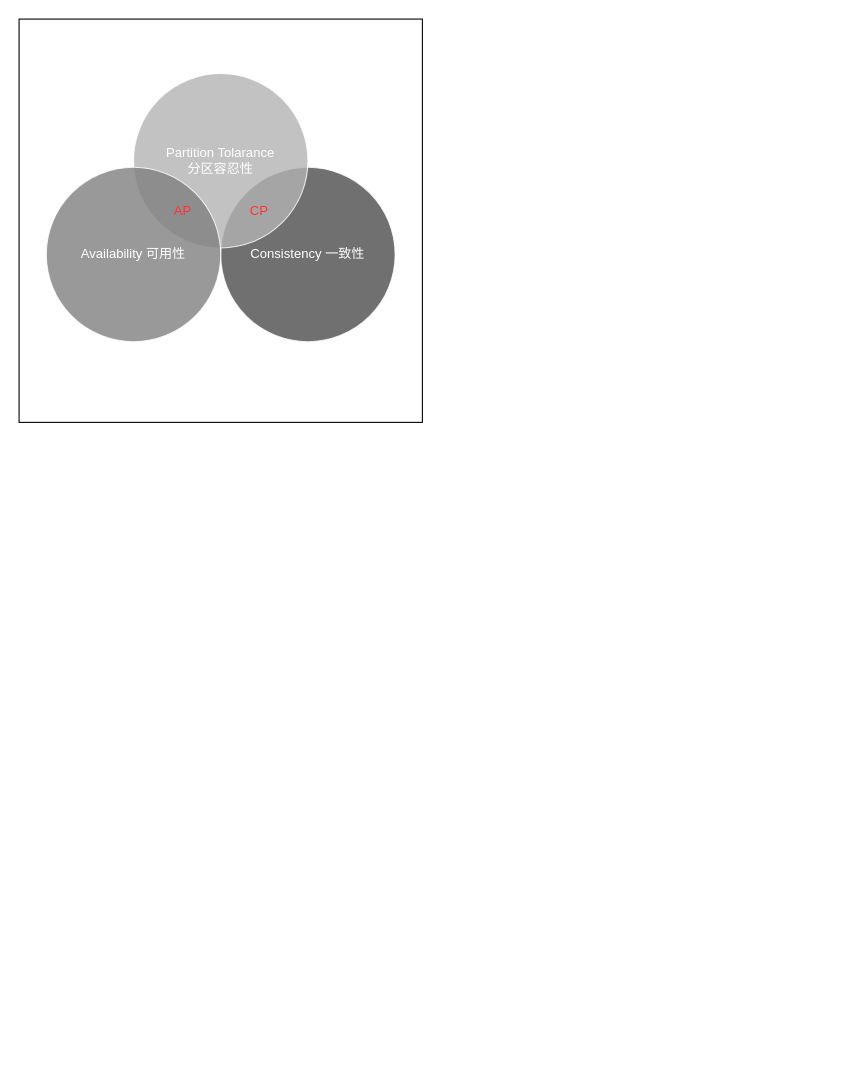
This is source/_posts/draw/cap.drawio from yutanzhang/blog, a draw.io file, before an edit. Source tidied: cells renumbered, new cells numbered last; positions are measured from the earlier drawing's top-left corner, leaving out a move shared by most shapes. Both pictures are drawn from the tidied source at 109%, with x=0, y=0 at pixel (19, 19).
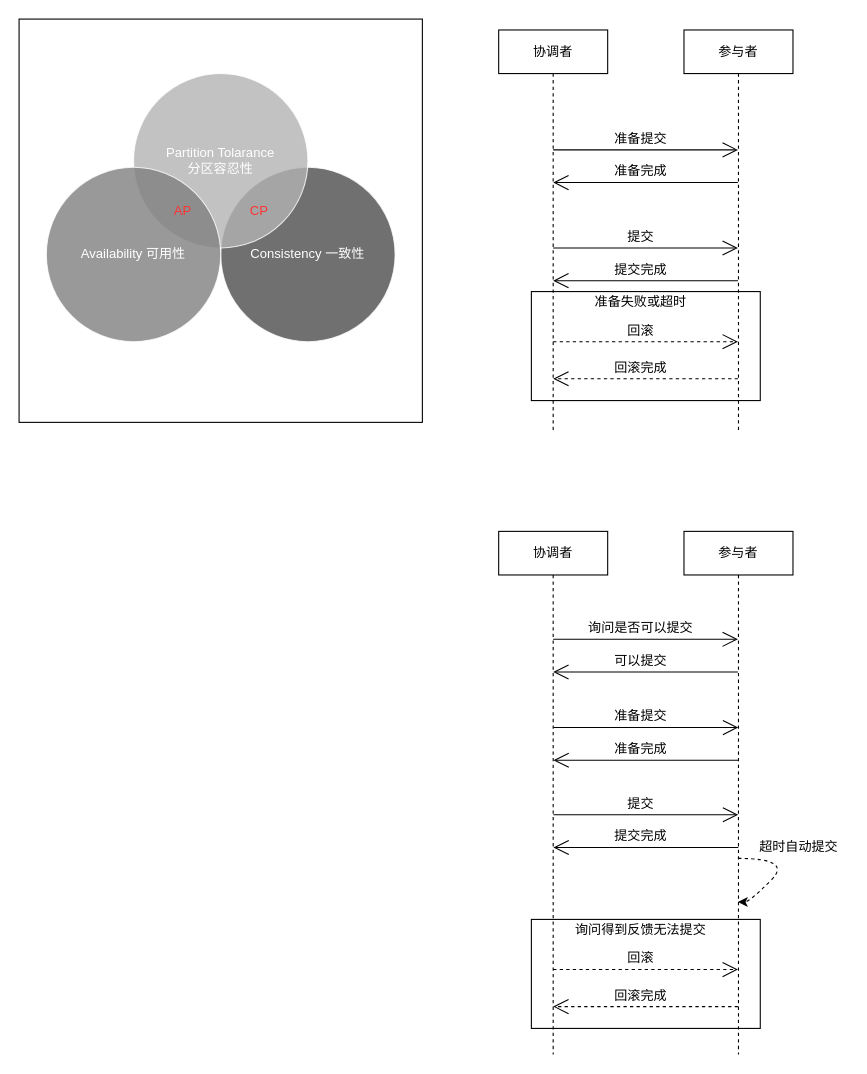
After the change.

Diff of the diagram source:
```diff
@@
+    <mxCell id="8" style="rounded=0;whiteSpace=wrap;html=1;fontColor=#000000;strokeColor=#000000;fillColor=#FFFFFF;" parent="1" vertex="1">
+      <mxGeometry x="470" y="826" width="210" height="100" as="geometry" />
+    </mxCell>
+    <mxCell id="9" style="rounded=0;whiteSpace=wrap;html=1;fontColor=#000000;strokeColor=#000000;fillColor=#FFFFFF;" parent="1" vertex="1">
+      <mxGeometry x="470" y="250" width="210" height="100" as="geometry" />
+    </mxCell>
@@
+    <mxCell id="10" value="协调者" style="shape=umlLifeline;perimeter=lifelinePerimeter;whiteSpace=wrap;html=1;fillColor=#FFFFFF;strokeColor=#000000;fontColor=#000000;" parent="1" vertex="1">
+      <mxGeometry x="440" y="10" width="100" height="370" as="geometry" />
+    </mxCell>
+    <mxCell id="11" value="参与者" style="shape=umlLifeline;perimeter=lifelinePerimeter;whiteSpace=wrap;html=1;fillColor=#FFFFFF;strokeColor=#000000;fontColor=#000000;" parent="1" vertex="1">
+      <mxGeometry x="610" y="10" width="100" height="370" as="geometry" />
+    </mxCell>
+    <mxCell id="12" style="endArrow=open;endFill=1;endSize=12;html=1;fontColor=#000000;strokeColor=#000000;" parent="11" edge="1">
+      <mxGeometry relative="1" as="geometry">
+        <mxPoint x="49.5" y="140" as="sourcePoint" />
+        <mxPoint x="-120" y="140" as="targetPoint" />
+      </mxGeometry>
+    </mxCell>
+    <mxCell id="13" style="endArrow=open;endFill=1;endSize=12;html=1;fontColor=#000000;strokeColor=#000000;dashed=1;" parent="11" edge="1">
+      <mxGeometry relative="1" as="geometry">
+        <mxPoint x="-120" y="286" as="sourcePoint" />
+        <mxPoint x="49.5" y="286" as="targetPoint" />
+      </mxGeometry>
+    </mxCell>
+    <mxCell id="14" style="endArrow=open;endFill=1;endSize=12;html=1;fontColor=#000000;strokeColor=#000000;dashed=1;" parent="11" edge="1">
+      <mxGeometry relative="1" as="geometry">
+        <mxPoint x="49.5" y="320" as="sourcePoint" />
+        <mxPoint x="-120" y="320" as="targetPoint" />
+      </mxGeometry>
+    </mxCell>
+    <mxCell id="15" style="endArrow=open;endFill=1;endSize=12;html=1;fontColor=#000000;strokeColor=#000000;" parent="1" edge="1">
+      <mxGeometry relative="1" as="geometry">
+        <mxPoint x="659.5" y="240" as="sourcePoint" />
+        <mxPoint x="490" y="240" as="targetPoint" />
+      </mxGeometry>
+    </mxCell>
+    <mxCell id="16" style="endArrow=open;endFill=1;endSize=12;html=1;fontColor=#000000;strokeColor=#000000;" parent="1" edge="1">
+      <mxGeometry relative="1" as="geometry">
+        <mxPoint x="490" y="210" as="sourcePoint" />
+        <mxPoint x="659.5" y="210" as="targetPoint" />
+      </mxGeometry>
+    </mxCell>
+    <mxCell id="17" style="endArrow=open;endFill=1;endSize=12;html=1;fontColor=#000000;strokeColor=#000000;" parent="1" edge="1">
+      <mxGeometry relative="1" as="geometry">
+        <mxPoint x="490" y="120" as="sourcePoint" />
+        <mxPoint x="659.5" y="120" as="targetPoint" />
+      </mxGeometry>
+    </mxCell>
+    <mxCell id="18" value="准备提交" style="text;html=1;align=center;verticalAlign=middle;fillColor=none;strokeColor=none;rounded=0;fontColor=#000000;" parent="1" vertex="1">
+      <mxGeometry x="540" y="100" width="60" height="20" as="geometry" />
+    </mxCell>
+    <mxCell id="19" value="准备完成" style="text;html=1;align=center;verticalAlign=middle;fillColor=none;strokeColor=none;rounded=0;fontColor=#000000;" parent="1" vertex="1">
+      <mxGeometry x="540" y="130" width="60" height="20" as="geometry" />
+    </mxCell>
+    <mxCell id="20" value="提交" style="text;html=1;align=center;verticalAlign=middle;fillColor=none;strokeColor=none;rounded=0;fontColor=#000000;" parent="1" vertex="1">
+      <mxGeometry x="550" y="190" width="40" height="20" as="geometry" />
+    </mxCell>
+    <mxCell id="21" value="提交完成" style="text;html=1;align=center;verticalAlign=middle;fillColor=none;strokeColor=none;rounded=0;fontColor=#000000;" parent="1" vertex="1">
+      <mxGeometry x="540" y="220" width="60" height="20" as="geometry" />
+    </mxCell>
+    <mxCell id="22" value="回滚" style="text;html=1;align=center;verticalAlign=middle;fillColor=none;strokeColor=none;rounded=0;fontColor=#000000;" parent="1" vertex="1">
+      <mxGeometry x="550" y="276" width="40" height="20" as="geometry" />
+    </mxCell>
+    <mxCell id="23" value="回滚完成" style="text;html=1;align=center;verticalAlign=middle;fillColor=none;strokeColor=none;rounded=0;fontColor=#000000;" parent="1" vertex="1">
+      <mxGeometry x="540" y="310" width="60" height="20" as="geometry" />
+    </mxCell>
+    <mxCell id="24" value="准备失败或超时" style="text;html=1;align=center;verticalAlign=middle;fillColor=none;strokeColor=none;rounded=0;fontColor=#000000;" parent="1" vertex="1">
+      <mxGeometry x="520" y="250" width="100" height="20" as="geometry" />
+    </mxCell>
+    <mxCell id="25" style="endArrow=open;endFill=1;endSize=12;html=1;fontColor=#000000;strokeColor=#000000;" parent="1" edge="1">
+      <mxGeometry relative="1" as="geometry">
+        <mxPoint x="659.8" y="760" as="sourcePoint" />
+        <mxPoint x="490.2" y="760" as="targetPoint" />
+      </mxGeometry>
+    </mxCell>
+    <mxCell id="26" style="endArrow=open;endFill=1;endSize=12;html=1;fontColor=#000000;strokeColor=#000000;" parent="1" edge="1">
+      <mxGeometry relative="1" as="geometry">
+        <mxPoint x="490.2" y="730" as="sourcePoint" />
+        <mxPoint x="659.8" y="730" as="targetPoint" />
+      </mxGeometry>
+    </mxCell>
+    <mxCell id="27" style="endArrow=open;endFill=1;endSize=12;html=1;fontColor=#000000;strokeColor=#000000;" parent="1" edge="1">
+      <mxGeometry relative="1" as="geometry">
+        <mxPoint x="490.2" y="650" as="sourcePoint" />
+        <mxPoint x="659.8" y="650" as="targetPoint" />
+      </mxGeometry>
+    </mxCell>
+    <mxCell id="28" value="准备提交" style="text;html=1;align=center;verticalAlign=middle;fillColor=none;strokeColor=none;rounded=0;fontColor=#000000;" parent="1" vertex="1">
+      <mxGeometry x="540.2" y="630" width="60" height="20" as="geometry" />
+    </mxCell>
+    <mxCell id="29" value="准备完成" style="text;html=1;align=center;verticalAlign=middle;fillColor=none;strokeColor=none;rounded=0;fontColor=#000000;" parent="1" vertex="1">
+      <mxGeometry x="540.2" y="660" width="60" height="20" as="geometry" />
+    </mxCell>
+    <mxCell id="30" value="提交" style="text;html=1;align=center;verticalAlign=middle;fillColor=none;strokeColor=none;rounded=0;fontColor=#000000;" parent="1" vertex="1">
+      <mxGeometry x="550.2" y="710" width="40" height="20" as="geometry" />
+    </mxCell>
+    <mxCell id="31" value="提交完成" style="text;html=1;align=center;verticalAlign=middle;fillColor=none;strokeColor=none;rounded=0;fontColor=#000000;" parent="1" vertex="1">
+      <mxGeometry x="540.2" y="740" width="60" height="20" as="geometry" />
+    </mxCell>
+    <mxCell id="32" value="协调者" style="shape=umlLifeline;perimeter=lifelinePerimeter;whiteSpace=wrap;html=1;fillColor=#FFFFFF;strokeColor=#000000;fontColor=#000000;" parent="1" vertex="1">
+      <mxGeometry x="440" y="470" width="100" height="480" as="geometry" />
+    </mxCell>
+    <mxCell id="33" value="参与者" style="shape=umlLifeline;perimeter=lifelinePerimeter;whiteSpace=wrap;html=1;outlineConnect=0;fillColor=#FFFFFF;strokeColor=#000000;fontColor=#000000;" parent="1" vertex="1">
+      <mxGeometry x="610" y="470" width="100" height="480" as="geometry" />
+    </mxCell>
+    <mxCell id="34" style="endArrow=open;endFill=1;endSize=12;html=1;fontColor=#000000;strokeColor=#000000;" parent="33" edge="1">
+      <mxGeometry relative="1" as="geometry">
+        <mxPoint x="49.8" y="210" as="sourcePoint" />
+        <mxPoint x="-119.8" y="210" as="targetPoint" />
+      </mxGeometry>
+    </mxCell>
+    <mxCell id="35" style="endArrow=open;endFill=1;endSize=12;html=1;fontColor=#000000;strokeColor=#000000;dashed=1;" parent="33" edge="1">
+      <mxGeometry relative="1" as="geometry">
+        <mxPoint x="-120" y="402" as="sourcePoint" />
+        <mxPoint x="49.5" y="402" as="targetPoint" />
+      </mxGeometry>
+    </mxCell>
+    <mxCell id="36" style="endArrow=open;endFill=1;endSize=12;html=1;fontColor=#000000;strokeColor=#000000;dashed=1;" parent="33" edge="1">
+      <mxGeometry relative="1" as="geometry">
+        <mxPoint x="49.5" y="436" as="sourcePoint" />
+        <mxPoint x="-120" y="436" as="targetPoint" />
+      </mxGeometry>
+    </mxCell>
+    <mxCell id="37" value="回滚" style="text;html=1;align=center;verticalAlign=middle;fillColor=none;strokeColor=none;rounded=0;fontColor=#000000;" parent="33" vertex="1">
+      <mxGeometry x="-60" y="382" width="40" height="20" as="geometry" />
+    </mxCell>
+    <mxCell id="38" value="回滚完成" style="text;html=1;align=center;verticalAlign=middle;fillColor=none;strokeColor=none;rounded=0;fontColor=#000000;" parent="33" vertex="1">
+      <mxGeometry x="-70" y="416" width="60" height="20" as="geometry" />
+    </mxCell>
+    <mxCell id="39" value="询问得到反馈无法提交" style="text;html=1;align=center;verticalAlign=middle;fillColor=none;strokeColor=none;rounded=0;fontColor=#000000;" parent="33" vertex="1">
+      <mxGeometry x="-110" y="356" width="140" height="20" as="geometry" />
+    </mxCell>
+    <mxCell id="40" style="endArrow=open;endFill=1;endSize=12;html=1;fontColor=#000000;strokeColor=#000000;" parent="1" edge="1">
+      <mxGeometry relative="1" as="geometry">
+        <mxPoint x="490" y="569" as="sourcePoint" />
+        <mxPoint x="659.5" y="569" as="targetPoint" />
+      </mxGeometry>
+    </mxCell>
+    <mxCell id="41" value="可以提交" style="text;html=1;align=center;verticalAlign=middle;fillColor=none;strokeColor=none;rounded=0;fontColor=#000000;" parent="1" vertex="1">
+      <mxGeometry x="540" y="579" width="60" height="20" as="geometry" />
+    </mxCell>
+    <mxCell id="42" style="endArrow=open;endFill=1;endSize=12;html=1;fontColor=#000000;strokeColor=#000000;" parent="1" edge="1">
+      <mxGeometry relative="1" as="geometry">
+        <mxPoint x="659.5" y="599" as="sourcePoint" />
+        <mxPoint x="490" y="599" as="targetPoint" />
+      </mxGeometry>
+    </mxCell>
+    <mxCell id="43" value="询问是否可以提交" style="text;html=1;align=center;verticalAlign=middle;fillColor=none;strokeColor=none;rounded=0;fontColor=#000000;" parent="1" vertex="1">
+      <mxGeometry x="515" y="549" width="110" height="20" as="geometry" />
+    </mxCell>
+    <mxCell id="44" style="curved=1;endArrow=classic;html=1;dashed=1;labelBackgroundColor=none;fontColor=#000000;strokeColor=#000000;" parent="1" edge="1" source="33" target="33">
+      <mxGeometry relative="1" as="geometry">
+        <Array as="points">
+          <mxPoint x="710" y="770" />
+          <mxPoint x="670" y="810" />
+        </Array>
+      </mxGeometry>
+    </mxCell>
+    <mxCell id="45" value="超时自动提交" style="text;html=1;align=center;verticalAlign=middle;fillColor=none;strokeColor=none;rounded=0;fontColor=#000000;" parent="1" vertex="1">
+      <mxGeometry x="670" y="750" width="90" height="20" as="geometry" />
+    </mxCell>
```
